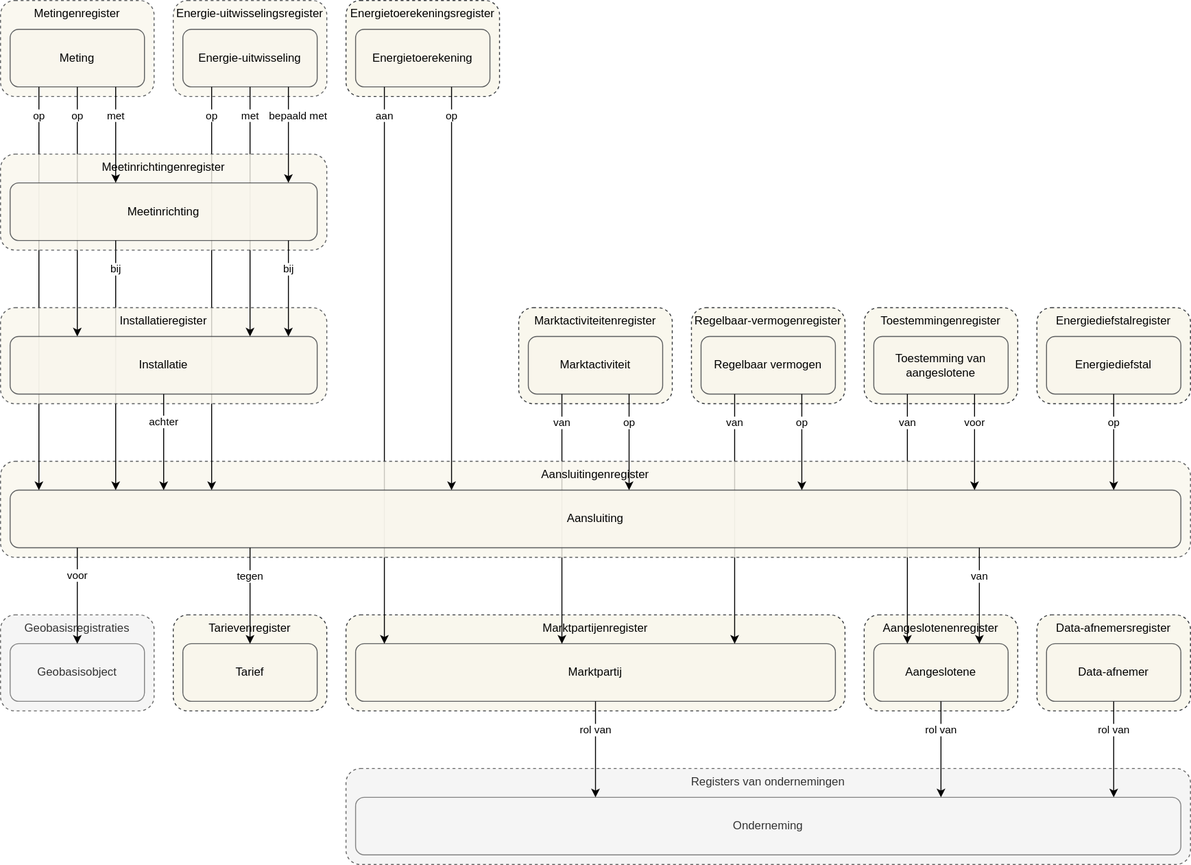
This is docs/assets/images/stelselplaat.drawio.svg from sefanja/nbnl-conceptuele-informatiemodellen, a draw.io export, as it was before one commit. Source tidied: cells renumbered, new cells last; positions are measured from the earlier drawing's top-left corner, leaving out a move shared by most shapes.
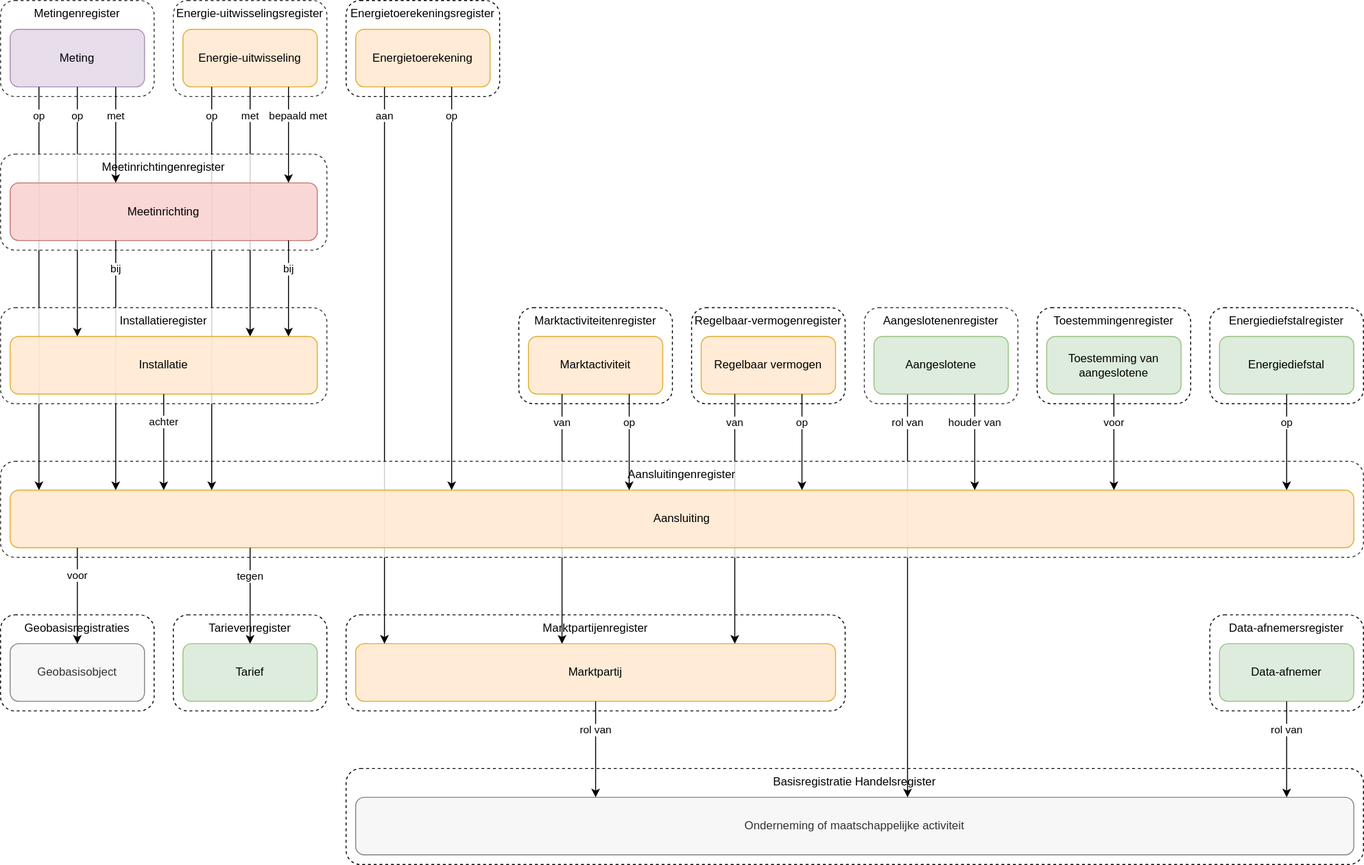
The same diagram one commit later.

The edit, as a diff of the source:
```diff
@@ -2,49 +2,40 @@
   <root>
     <mxCell id="0" />
     <mxCell id="1" parent="0" />
-    <mxCell id="2" value="Aangeslotenenregister" style="rounded=1;whiteSpace=wrap;html=1;fillColor=#f9f7ed;strokeColor=#36393d;verticalAlign=top;horizontal=1;align=center;dashed=1;strokeWidth=1;" parent="1" vertex="1">
-      <mxGeometry x="900" y="640" width="160" height="100" as="geometry" />
-    </mxCell>
-    <mxCell id="3" value="Aangeslotene" style="rounded=1;whiteSpace=wrap;html=1;fillColor=#f9f7ed;strokeColor=#36393d;opacity=80;" parent="1" vertex="1">
-      <mxGeometry x="910" y="670" width="140" height="60" as="geometry" />
-    </mxCell>
+    <mxCell id="7" value="Toestemmingenregister" style="rounded=1;whiteSpace=wrap;html=1;verticalAlign=top;horizontal=1;align=center;dashed=1;" parent="1" vertex="1">
+      <mxGeometry x="1080" y="320" width="160" height="100" as="geometry" />
+    </mxCell>
-    <mxCell id="4" value="Marktpartijenregister" style="rounded=1;whiteSpace=wrap;html=1;fillColor=#f9f7ed;strokeColor=#36393d;verticalAlign=top;align=center;horizontal=1;dashed=1;" parent="1" vertex="1">
+    <mxCell id="4" value="Marktpartijenregister" style="rounded=1;whiteSpace=wrap;html=1;verticalAlign=top;align=center;horizontal=1;dashed=1;" parent="1" vertex="1">
       <mxGeometry x="360" y="640" width="520" height="100" as="geometry" />
     </mxCell>
-    <mxCell id="5" value="Marktpartij" style="rounded=1;whiteSpace=wrap;html=1;fillColor=#f9f7ed;strokeColor=#36393d;opacity=80;" parent="1" vertex="1">
+    <mxCell id="5" value="Marktpartij" style="rounded=1;whiteSpace=wrap;html=1;fillColor=#ffe6cc;strokeColor=#d79b00;opacity=80;" parent="1" vertex="1">
       <mxGeometry x="370" y="670" width="500" height="60" as="geometry" />
     </mxCell>
-    <mxCell id="6" value="Marktactiviteitenregister" style="rounded=1;whiteSpace=wrap;html=1;fillColor=#f9f7ed;strokeColor=#36393d;verticalAlign=top;align=center;horizontal=1;dashed=1;" parent="1" vertex="1">
+    <mxCell id="6" value="Marktactiviteitenregister" style="rounded=1;whiteSpace=wrap;html=1;verticalAlign=top;align=center;horizontal=1;dashed=1;" parent="1" vertex="1">
       <mxGeometry x="540" y="320" width="160" height="100" as="geometry" />
     </mxCell>
-    <mxCell id="7" value="Toestemmingenregister" style="rounded=1;whiteSpace=wrap;html=1;fillColor=#f9f7ed;strokeColor=#36393d;verticalAlign=top;horizontal=1;align=center;dashed=1;" parent="1" vertex="1">
-      <mxGeometry x="900" y="320" width="160" height="100" as="geometry" />
-    </mxCell>
-    <mxCell id="8" value="Regelbaar-vermogenregister" style="rounded=1;whiteSpace=wrap;html=1;fillColor=#f9f7ed;strokeColor=#36393d;verticalAlign=top;align=center;horizontal=1;dashed=1;" parent="1" vertex="1">
+    <mxCell id="8" value="Regelbaar-vermogenregister" style="rounded=1;whiteSpace=wrap;html=1;verticalAlign=top;align=center;horizontal=1;dashed=1;" parent="1" vertex="1">
       <mxGeometry x="720" y="320" width="160" height="100" as="geometry" />
     </mxCell>
-    <mxCell id="9" value="Marktactiviteit" style="rounded=1;whiteSpace=wrap;html=1;fillColor=#f9f7ed;strokeColor=#36393d;opacity=80;" parent="1" vertex="1">
+    <mxCell id="9" value="Marktactiviteit" style="rounded=1;whiteSpace=wrap;html=1;fillColor=#ffe6cc;strokeColor=#d79b00;opacity=80;" parent="1" vertex="1">
       <mxGeometry x="550" y="350" width="140" height="60" as="geometry" />
     </mxCell>
-    <mxCell id="10" value="Toestemming van aangeslotene" style="rounded=1;whiteSpace=wrap;html=1;fillColor=#f9f7ed;strokeColor=#36393d;opacity=80;" parent="1" vertex="1">
-      <mxGeometry x="910" y="350" width="140" height="60" as="geometry" />
+    <mxCell id="10" value="Toestemming van aangeslotene" style="rounded=1;whiteSpace=wrap;html=1;fillColor=#d5e8d4;strokeColor=#82b366;opacity=80;" parent="1" vertex="1">
+      <mxGeometry x="1090" y="350" width="140" height="60" as="geometry" />
     </mxCell>
-    <mxCell id="11" value="Regelbaar vermogen" style="rounded=1;whiteSpace=wrap;html=1;fillColor=#f9f7ed;strokeColor=#36393d;opacity=80;" parent="1" vertex="1">
+    <mxCell id="11" value="Regelbaar vermogen" style="rounded=1;whiteSpace=wrap;html=1;fillColor=#ffe6cc;strokeColor=#d79b00;opacity=80;" parent="1" vertex="1">
       <mxGeometry x="730" y="350" width="140" height="60" as="geometry" />
     </mxCell>
-    <mxCell id="12" value="van" style="endArrow=classic;html=1;rounded=0;edgeStyle=elbowEdgeStyle;exitX=0.25;exitY=1;exitDx=0;exitDy=0;" parent="1" edge="1" source="10" target="3">
-      <mxGeometry x="-0.77" relative="1" as="geometry" />
-    </mxCell>
     <mxCell id="13" value="van" style="endArrow=classic;html=1;rounded=0;edgeStyle=elbowEdgeStyle;exitX=0.25;exitY=1;exitDx=0;exitDy=0;" parent="1" edge="1" source="9" target="5">
       <mxGeometry x="-0.77" relative="1" as="geometry" />
     </mxCell>
     <mxCell id="14" value="van" style="endArrow=classic;html=1;rounded=0;edgeStyle=elbowEdgeStyle;exitX=0.25;exitY=1;exitDx=0;exitDy=0;" parent="1" edge="1" source="11" target="5">
       <mxGeometry x="-0.77" relative="1" as="geometry" />
     </mxCell>
-    <mxCell id="15" value="Energietoerekeningsregister" style="rounded=1;whiteSpace=wrap;html=1;fillColor=#f9f7ed;strokeColor=#36393d;verticalAlign=top;align=center;horizontal=1;dashed=1;" parent="1" vertex="1">
+    <mxCell id="15" value="Energietoerekeningsregister" style="rounded=1;whiteSpace=wrap;html=1;verticalAlign=top;align=center;horizontal=1;dashed=1;" parent="1" vertex="1">
       <mxGeometry x="360" width="160" height="100" as="geometry" />
     </mxCell>
-    <mxCell id="16" value="Energietoerekening" style="rounded=1;whiteSpace=wrap;html=1;fillColor=#f9f7ed;strokeColor=#36393d;opacity=80;" parent="1" vertex="1">
+    <mxCell id="16" value="Energietoerekening" style="rounded=1;whiteSpace=wrap;html=1;fillColor=#ffe6cc;strokeColor=#d79b00;opacity=80;" parent="1" vertex="1">
       <mxGeometry x="370" y="30" width="140" height="60" as="geometry" />
     </mxCell>
     <mxCell id="17" value="aan" style="endArrow=classic;html=1;rounded=0;edgeStyle=elbowEdgeStyle;" parent="1" edge="1" source="16" target="5">
@@ -54,52 +45,58 @@
         </Array>
       </mxGeometry>
     </mxCell>
-    <mxCell id="18" value="Geobasisregistraties" style="rounded=1;whiteSpace=wrap;html=1;fillColor=#f5f5f5;strokeColor=#666666;verticalAlign=top;horizontal=1;align=center;dashed=1;fontColor=#333333;" parent="1" vertex="1">
+    <mxCell id="18" value="Geobasisregistraties" style="rounded=1;whiteSpace=wrap;html=1;verticalAlign=top;horizontal=1;align=center;dashed=1;" parent="1" vertex="1">
       <mxGeometry y="640" width="160" height="100" as="geometry" />
     </mxCell>
     <mxCell id="19" value="Geobasisobject" style="rounded=1;whiteSpace=wrap;html=1;fillColor=#f5f5f5;strokeColor=#666666;fontColor=#333333;spacingLeft=4;spacingRight=4;opacity=80;" parent="1" vertex="1">
       <mxGeometry x="10" y="670" width="140" height="60" as="geometry" />
     </mxCell>
-    <mxCell id="20" value="Registers van ondernemingen" style="rounded=1;whiteSpace=wrap;html=1;fillColor=#f5f5f5;strokeColor=#666666;verticalAlign=top;horizontal=1;align=center;dashed=1;fontColor=#333333;" parent="1" vertex="1">
-      <mxGeometry x="360" y="800" width="880" height="100" as="geometry" />
+    <mxCell id="20" value="Basisregistratie Handelsregister" style="rounded=1;whiteSpace=wrap;html=1;verticalAlign=top;horizontal=1;align=center;dashed=1;" parent="1" vertex="1">
+      <mxGeometry x="360" y="800" width="1060" height="100" as="geometry" />
     </mxCell>
-    <mxCell id="21" value="Onderneming" style="rounded=1;whiteSpace=wrap;html=1;fillColor=#f5f5f5;strokeColor=#666666;fontColor=#333333;opacity=80;" parent="1" vertex="1">
-      <mxGeometry x="370" y="830" width="860" height="60" as="geometry" />
+    <mxCell id="21" value="Onderneming of maatschappelijke activiteit" style="rounded=1;whiteSpace=wrap;html=1;fillColor=#f5f5f5;strokeColor=#666666;fontColor=#333333;opacity=80;" parent="1" vertex="1">
+      <mxGeometry x="370" y="830" width="1040" height="60" as="geometry" />
     </mxCell>
-    <mxCell id="22" value="Tarievenregister" style="rounded=1;whiteSpace=wrap;html=1;fillColor=#f9f7ed;strokeColor=#36393d;verticalAlign=top;horizontal=1;align=center;strokeWidth=1;dashed=1;" parent="1" vertex="1">
+    <mxCell id="22" value="Tarievenregister" style="rounded=1;whiteSpace=wrap;html=1;verticalAlign=top;horizontal=1;align=center;strokeWidth=1;dashed=1;" parent="1" vertex="1">
       <mxGeometry x="180" y="640" width="160" height="100" as="geometry" />
     </mxCell>
-    <mxCell id="23" value="Data-afnemersregister" style="rounded=1;whiteSpace=wrap;html=1;fillColor=#f9f7ed;strokeColor=#36393d;verticalAlign=top;horizontal=1;align=center;dashed=1;" parent="1" vertex="1">
-      <mxGeometry x="1080" y="640" width="160" height="100" as="geometry" />
+    <mxCell id="23" value="Data-afnemersregister" style="rounded=1;whiteSpace=wrap;html=1;verticalAlign=top;horizontal=1;align=center;dashed=1;" parent="1" vertex="1">
+      <mxGeometry x="1260" y="640" width="160" height="100" as="geometry" />
     </mxCell>
-    <mxCell id="24" value="Tarief" style="rounded=1;whiteSpace=wrap;html=1;fillColor=#f9f7ed;strokeColor=#36393d;opacity=80;" parent="1" vertex="1">
+    <mxCell id="24" value="Tarief" style="rounded=1;whiteSpace=wrap;html=1;fillColor=#d5e8d4;strokeColor=#82b366;opacity=80;" parent="1" vertex="1">
       <mxGeometry x="190" y="670" width="140" height="60" as="geometry" />
     </mxCell>
-    <mxCell id="25" value="Data-afnemer" style="rounded=1;whiteSpace=wrap;html=1;fillColor=#f9f7ed;strokeColor=#36393d;opacity=80;" parent="1" vertex="1">
-      <mxGeometry x="1090" y="670" width="140" height="60" as="geometry" />
+    <mxCell id="25" value="Data-afnemer" style="rounded=1;whiteSpace=wrap;html=1;fillColor=#d5e8d4;strokeColor=#82b366;opacity=80;" parent="1" vertex="1">
+      <mxGeometry x="1270" y="670" width="140" height="60" as="geometry" />
     </mxCell>
+    <mxCell id="2" value="Aangeslotenenregister" style="rounded=1;whiteSpace=wrap;html=1;verticalAlign=top;horizontal=1;align=center;dashed=1;strokeWidth=1;opacity=80;" parent="1" vertex="1">
+      <mxGeometry x="900" y="320" width="160" height="100" as="geometry" />
+    </mxCell>
+    <mxCell id="42" value="rol van" style="endArrow=classic;html=1;rounded=0;edgeStyle=elbowEdgeStyle;exitX=0.25;exitY=1;exitDx=0;exitDy=0;" parent="1" edge="1" source="3" target="21">
+      <mxGeometry x="-0.86" relative="1" as="geometry" />
+    </mxCell>
-    <mxCell id="26" value="Aansluitingenregister" style="rounded=1;whiteSpace=wrap;html=1;fillColor=#f9f7ed;strokeColor=#36393d;verticalAlign=top;horizontal=1;align=center;dashed=1;opacity=80;" parent="1" vertex="1">
-      <mxGeometry y="480" width="1240" height="100" as="geometry" />
+    <mxCell id="26" value="Aansluitingenregister" style="rounded=1;whiteSpace=wrap;html=1;verticalAlign=top;horizontal=1;align=center;dashed=1;opacity=80;" parent="1" vertex="1">
+      <mxGeometry y="480" width="1420" height="100" as="geometry" />
     </mxCell>
-    <mxCell id="27" value="Aansluiting" style="rounded=1;whiteSpace=wrap;html=1;fillColor=#f9f7ed;strokeColor=#36393d;opacity=80;" parent="1" vertex="1">
-      <mxGeometry x="10" y="510" width="1220" height="60" as="geometry" />
+    <mxCell id="27" value="Aansluiting" style="rounded=1;whiteSpace=wrap;html=1;fillColor=#ffe6cc;strokeColor=#d79b00;opacity=80;" parent="1" vertex="1">
+      <mxGeometry x="10" y="510" width="1400" height="60" as="geometry" />
     </mxCell>
-    <mxCell id="28" value="Energiediefstalregister" style="rounded=1;whiteSpace=wrap;html=1;fillColor=#f9f7ed;strokeColor=#36393d;verticalAlign=top;align=center;horizontal=1;dashed=1;" parent="1" vertex="1">
-      <mxGeometry x="1080" y="320" width="160" height="100" as="geometry" />
+    <mxCell id="28" value="Energiediefstalregister" style="rounded=1;whiteSpace=wrap;html=1;verticalAlign=top;align=center;horizontal=1;dashed=1;" parent="1" vertex="1">
+      <mxGeometry x="1260" y="320" width="160" height="100" as="geometry" />
     </mxCell>
-    <mxCell id="29" value="Energiediefstal" style="rounded=1;whiteSpace=wrap;html=1;fillColor=#f9f7ed;strokeColor=#36393d;opacity=80;" parent="1" vertex="1">
-      <mxGeometry x="1090" y="350" width="140" height="60" as="geometry" />
+    <mxCell id="29" value="Energiediefstal" style="rounded=1;whiteSpace=wrap;html=1;fillColor=#d5e8d4;strokeColor=#82b366;opacity=80;" parent="1" vertex="1">
+      <mxGeometry x="1270" y="350" width="140" height="60" as="geometry" />
     </mxCell>
-    <mxCell id="30" value="Energie-uitwisselingsregister" style="rounded=1;whiteSpace=wrap;html=1;fillColor=#f9f7ed;strokeColor=#36393d;verticalAlign=top;horizontal=1;align=center;strokeWidth=1;dashed=1;opacity=80;" parent="1" vertex="1">
+    <mxCell id="30" value="Energie-uitwisselingsregister" style="rounded=1;whiteSpace=wrap;html=1;verticalAlign=top;horizontal=1;align=center;strokeWidth=1;dashed=1;opacity=80;" parent="1" vertex="1">
       <mxGeometry x="180" width="160" height="100" as="geometry" />
     </mxCell>
-    <mxCell id="31" value="Metingenregister" style="rounded=1;whiteSpace=wrap;html=1;fillColor=#f9f7ed;strokeColor=#36393d;verticalAlign=top;horizontal=1;align=center;dashed=1;opacity=80;" parent="1" vertex="1">
+    <mxCell id="31" value="Metingenregister" style="rounded=1;whiteSpace=wrap;html=1;verticalAlign=top;horizontal=1;align=center;dashed=1;opacity=80;" parent="1" vertex="1">
       <mxGeometry width="160" height="100" as="geometry" />
     </mxCell>
-    <mxCell id="32" value="Energie-uitwisseling" style="rounded=1;whiteSpace=wrap;html=1;fillColor=#f9f7ed;strokeColor=#36393d;opacity=80;" parent="1" vertex="1">
+    <mxCell id="32" value="Energie-uitwisseling" style="rounded=1;whiteSpace=wrap;html=1;fillColor=#ffe6cc;strokeColor=#d79b00;opacity=80;" parent="1" vertex="1">
       <mxGeometry x="190" y="30" width="140" height="60" as="geometry" />
     </mxCell>
-    <mxCell id="33" value="Meting" style="rounded=1;whiteSpace=wrap;html=1;fillColor=#f9f7ed;strokeColor=#36393d;opacity=80;" parent="1" vertex="1">
+    <mxCell id="33" value="Meting" style="rounded=1;whiteSpace=wrap;html=1;fillColor=#e1d5e7;strokeColor=#9673a6;opacity=80;" parent="1" vertex="1">
       <mxGeometry x="10" y="30" width="140" height="60" as="geometry" />
     </mxCell>
     <mxCell id="34" value="op" style="endArrow=classic;html=1;rounded=0;edgeStyle=elbowEdgeStyle;exitX=0.75;exitY=1;exitDx=0;exitDy=0;" parent="1" edge="1" source="9" target="27">
@@ -123,16 +120,6 @@
         <mxPoint y="-1" as="offset" />
       </mxGeometry>
     </mxCell>
-    <mxCell id="39" value="van" style="endArrow=classic;html=1;rounded=0;edgeStyle=elbowEdgeStyle;" parent="1" edge="1" source="27" target="3">
-      <mxGeometry x="-0.4" relative="1" as="geometry">
-        <Array as="points">
-          <mxPoint x="1020" y="610" />
-        </Array>
-      </mxGeometry>
-    </mxCell>
-    <mxCell id="40" value="voor" style="endArrow=classic;html=1;rounded=0;edgeStyle=elbowEdgeStyle;exitX=0.75;exitY=1;exitDx=0;exitDy=0;" parent="1" edge="1" source="10" target="27">
-      <mxGeometry x="-0.4" relative="1" as="geometry" />
-    </mxCell>
     <mxCell id="41" value="op" style="endArrow=classic;html=1;rounded=0;edgeStyle=elbowEdgeStyle;" parent="1" edge="1" source="33" target="27">
       <mxGeometry x="-0.86" relative="1" as="geometry">
         <Array as="points">
@@ -140,9 +127,6 @@
         </Array>
       </mxGeometry>
     </mxCell>
-    <mxCell id="42" value="rol van" style="endArrow=classic;html=1;rounded=0;edgeStyle=elbowEdgeStyle;" parent="1" edge="1" source="3" target="21">
-      <mxGeometry x="-0.4" relative="1" as="geometry" />
-    </mxCell>
     <mxCell id="43" value="op" style="endArrow=classic;html=1;rounded=0;edgeStyle=elbowEdgeStyle;exitX=0.75;exitY=1;exitDx=0;exitDy=0;" parent="1" edge="1" source="11" target="27">
       <mxGeometry x="-0.4" relative="1" as="geometry" />
     </mxCell>
@@ -167,7 +151,7 @@
         </Array>
       </mxGeometry>
     </mxCell>
-    <mxCell id="48" value="Installatieregister" style="rounded=1;whiteSpace=wrap;html=1;fillColor=#f9f7ed;strokeColor=#36393d;verticalAlign=top;horizontal=1;align=center;dashed=1;opacity=80;" parent="1" vertex="1">
+    <mxCell id="48" value="Installatieregister" style="rounded=1;whiteSpace=wrap;html=1;verticalAlign=top;horizontal=1;align=center;dashed=1;opacity=80;" parent="1" vertex="1">
       <mxGeometry y="320" width="340" height="100" as="geometry" />
     </mxCell>
     <mxCell id="49" value="met" style="endArrow=classic;html=1;rounded=0;edgeStyle=elbowEdgeStyle;" parent="1" edge="1" source="32" target="53">
@@ -180,13 +164,13 @@
         </Array>
       </mxGeometry>
     </mxCell>
-    <mxCell id="51" value="Meetinrichtingenregister" style="rounded=1;whiteSpace=wrap;html=1;fillColor=#f9f7ed;strokeColor=#36393d;verticalAlign=top;align=center;horizontal=1;dashed=1;strokeWidth=1;opacity=80;" parent="1" vertex="1">
+    <mxCell id="51" value="Meetinrichtingenregister" style="rounded=1;whiteSpace=wrap;html=1;verticalAlign=top;align=center;horizontal=1;dashed=1;strokeWidth=1;opacity=80;" parent="1" vertex="1">
       <mxGeometry y="160" width="340" height="100" as="geometry" />
     </mxCell>
-    <mxCell id="52" value="Meetinrichting" style="rounded=1;whiteSpace=wrap;html=1;fillColor=#f9f7ed;strokeColor=#36393d;opacity=80;" parent="1" vertex="1">
+    <mxCell id="52" value="Meetinrichting" style="rounded=1;whiteSpace=wrap;html=1;fillColor=#f8cecc;strokeColor=#b85450;opacity=80;" parent="1" vertex="1">
       <mxGeometry x="10" y="190" width="320" height="60" as="geometry" />
     </mxCell>
-    <mxCell id="53" value="Installatie" style="rounded=1;whiteSpace=wrap;html=1;fillColor=#f9f7ed;strokeColor=#36393d;opacity=80;" parent="1" vertex="1">
+    <mxCell id="53" value="Installatie" style="rounded=1;whiteSpace=wrap;html=1;fillColor=#ffe6cc;strokeColor=#d79b00;opacity=80;" parent="1" vertex="1">
       <mxGeometry x="10" y="350" width="320" height="60" as="geometry" />
     </mxCell>
     <mxCell id="54" value="met" style="endArrow=classic;html=1;rounded=0;edgeStyle=elbowEdgeStyle;" parent="1" edge="1" source="33" target="52">
@@ -221,5 +205,14 @@
         <mxPoint x="120" y="260" as="targetPoint" />
       </mxGeometry>
     </mxCell>
+    <mxCell id="3" value="Aangeslotene" style="rounded=1;whiteSpace=wrap;html=1;fillColor=#d5e8d4;strokeColor=#82b366;opacity=80;" parent="1" vertex="1">
+      <mxGeometry x="910" y="350" width="140" height="60" as="geometry" />
+    </mxCell>
+    <mxCell id="39" value="houder van" style="endArrow=classic;html=1;rounded=0;edgeStyle=elbowEdgeStyle;exitX=0.75;exitY=1;exitDx=0;exitDy=0;" parent="1" edge="1" source="3" target="27">
+      <mxGeometry x="-0.4" relative="1" as="geometry" />
+    </mxCell>
+    <mxCell id="40" value="voor" style="endArrow=classic;html=1;rounded=0;edgeStyle=elbowEdgeStyle;endFill=1;" parent="1" edge="1" source="10" target="27">
+      <mxGeometry x="-0.4" relative="1" as="geometry" />
+    </mxCell>
   </root>
 </mxGraphModel>
```
